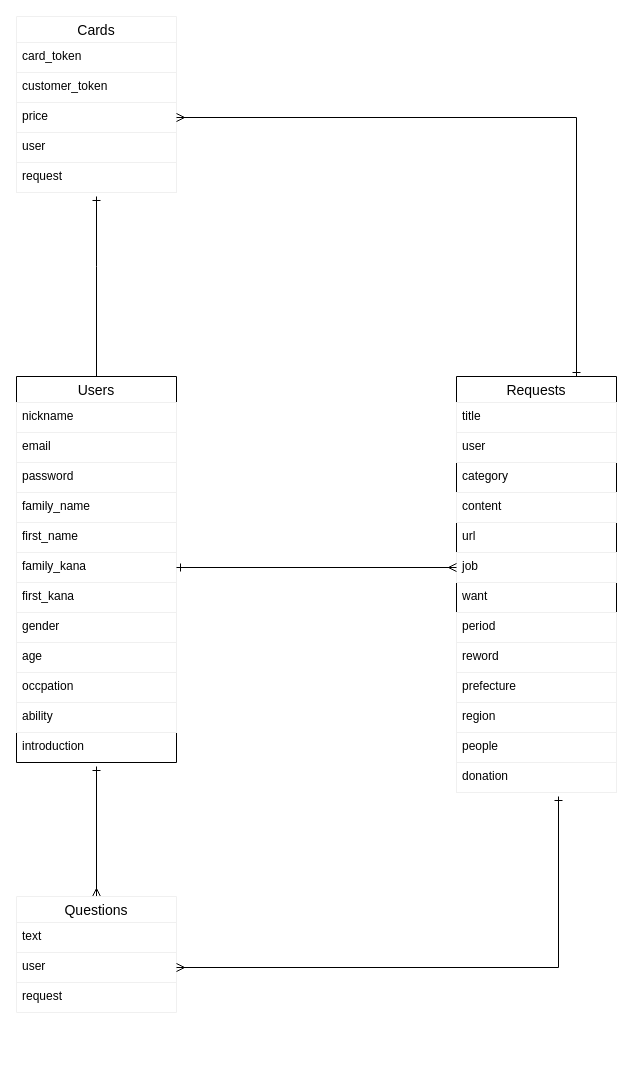
The draw.io diagram origin.dio in class-Kazushi/my-original-app30616, before the edit. Source tidied: cells renumbered, new cells numbered last; positions are measured from the earlier drawing's top-left corner, leaving out a move shared by most shapes. Both pictures are drawn from the tidied source at 100%, with x=0, y=0 at pixel (16, 16).
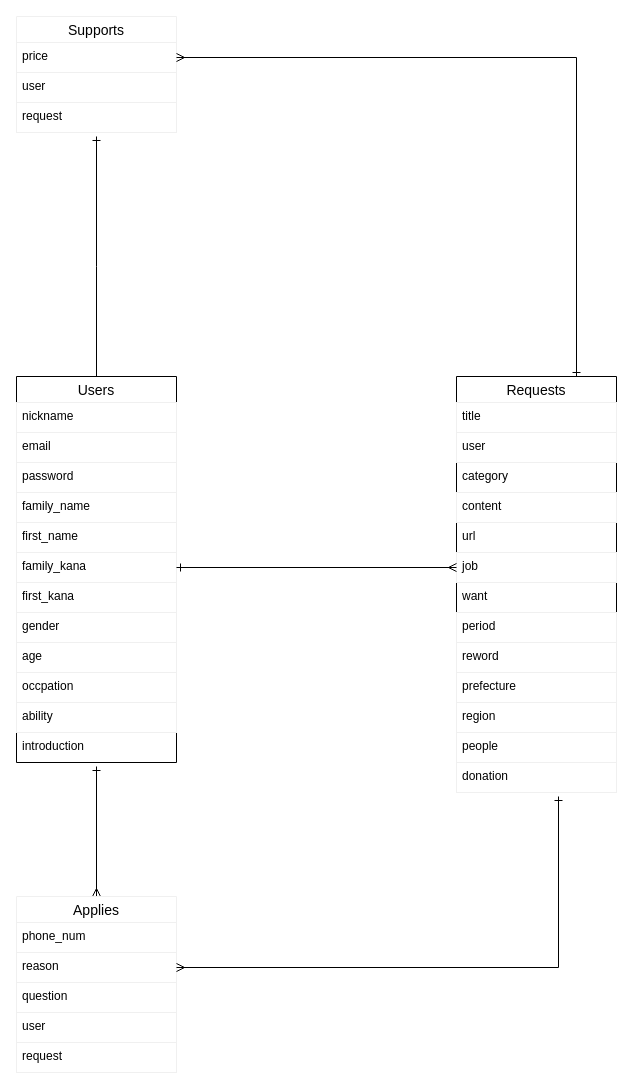
The same page after the edit.

Diff of the diagram source:
```diff
@@
-    <mxCell id="32" value="Cards" style="swimlane;fontStyle=0;horizontal=1;startSize=26;align=center;fontSize=14;strokeColor=#f0f0f0;" parent="1" vertex="1">
-      <mxGeometry width="160" height="176" as="geometry" />
+    <mxCell id="32" value="Supports" style="swimlane;fontStyle=0;horizontal=1;startSize=26;align=center;fontSize=14;strokeColor=#f0f0f0;" parent="1" vertex="1">
+      <mxGeometry width="160" height="116" as="geometry" />
     </mxCell>
-    <mxCell id="33" value="card_token" style="text;fillColor=none;spacingLeft=4;spacingRight=4;overflow=hidden;fontSize=12;strokeColor=#f0f0f0;" parent="32" vertex="1">
-      <mxGeometry y="26" width="160" height="30" as="geometry" />
-    </mxCell>
-    <mxCell id="34" value="customer_token" style="text;fillColor=none;spacingLeft=4;spacingRight=4;overflow=hidden;fontSize=12;strokeColor=#f0f0f0;" parent="32" vertex="1">
-      <mxGeometry y="56" width="160" height="30" as="geometry" />
-    </mxCell>
     <mxCell id="35" value="price" style="text;fillColor=none;spacingLeft=4;spacingRight=4;overflow=hidden;points=[[0,0.5],[1,0.5]];portConstraint=eastwest;fontSize=12;strokeColor=#f0f0f0;" parent="32" vertex="1">
-      <mxGeometry y="86" width="160" height="30" as="geometry" />
+      <mxGeometry y="26" width="160" height="30" as="geometry" />
     </mxCell>
     <mxCell id="36" value="user" style="text;strokeColor=none;fillColor=none;spacingLeft=4;spacingRight=4;overflow=hidden;fontSize=12;" parent="32" vertex="1">
-      <mxGeometry y="116" width="160" height="30" as="geometry" />
+      <mxGeometry y="56" width="160" height="30" as="geometry" />
     </mxCell>
     <mxCell id="37" value="request" style="text;fillColor=none;spacingLeft=4;spacingRight=4;overflow=hidden;points=[[0,0.5],[1,0.5]];portConstraint=eastwest;fontSize=12;strokeColor=#f0f0f0;" parent="32" vertex="1">
-      <mxGeometry y="146" width="160" height="30" as="geometry" />
+      <mxGeometry y="86" width="160" height="30" as="geometry" />
     </mxCell>
@@
-    <mxCell id="40" value="Questions" style="swimlane;fontStyle=0;horizontal=1;startSize=26;align=center;fontSize=14;strokeColor=#f0f0f0;" parent="1" vertex="1">
-      <mxGeometry y="880" width="160" height="116" as="geometry" />
+    <mxCell id="40" value="Applies" style="swimlane;fontStyle=0;horizontal=1;startSize=26;align=center;fontSize=14;strokeColor=#f0f0f0;" parent="1" vertex="1">
+      <mxGeometry y="880" width="160" height="176" as="geometry" />
     </mxCell>
-    <mxCell id="41" value="text" style="text;fillColor=none;spacingLeft=4;spacingRight=4;overflow=hidden;fontSize=12;strokeColor=#f0f0f0;" parent="40" vertex="1">
+    <mxCell id="41" value="phone_num" style="text;fillColor=none;spacingLeft=4;spacingRight=4;overflow=hidden;fontSize=12;strokeColor=#f0f0f0;" parent="40" vertex="1">
       <mxGeometry y="26" width="160" height="30" as="geometry" />
     </mxCell>
-    <mxCell id="42" value="user" style="text;fillColor=none;spacingLeft=4;spacingRight=4;overflow=hidden;points=[[0,0.5],[1,0.5]];portConstraint=eastwest;fontSize=12;strokeColor=#f0f0f0;" parent="40" vertex="1">
+    <mxCell id="42" value="reason" style="text;fillColor=none;spacingLeft=4;spacingRight=4;overflow=hidden;points=[[0,0.5],[1,0.5]];portConstraint=eastwest;fontSize=12;strokeColor=#f0f0f0;" parent="40" vertex="1">
       <mxGeometry y="56" width="160" height="30" as="geometry" />
     </mxCell>
+    <mxCell id="45" value="question" style="text;fillColor=none;spacingLeft=4;spacingRight=4;overflow=hidden;fontSize=12;strokeColor=#f0f0f0;" parent="40" vertex="1">
+      <mxGeometry y="86" width="160" height="30" as="geometry" />
+    </mxCell>
+    <mxCell id="46" value="user" style="text;fillColor=none;spacingLeft=4;spacingRight=4;overflow=hidden;fontSize=12;strokeColor=#f0f0f0;" parent="40" vertex="1">
+      <mxGeometry y="116" width="160" height="30" as="geometry" />
+    </mxCell>
-    <mxCell id="43" value="request" style="text;strokeColor=none;fillColor=none;spacingLeft=4;spacingRight=4;overflow=hidden;fontSize=12;" parent="40" vertex="1">
-      <mxGeometry y="86" width="160" height="30" as="geometry" />
+    <mxCell id="43" value="request" style="text;fillColor=none;spacingLeft=4;spacingRight=4;overflow=hidden;fontSize=12;strokeColor=#f0f0f0;" parent="40" vertex="1">
+      <mxGeometry y="146" width="160" height="30" as="geometry" />
     </mxCell>
```
